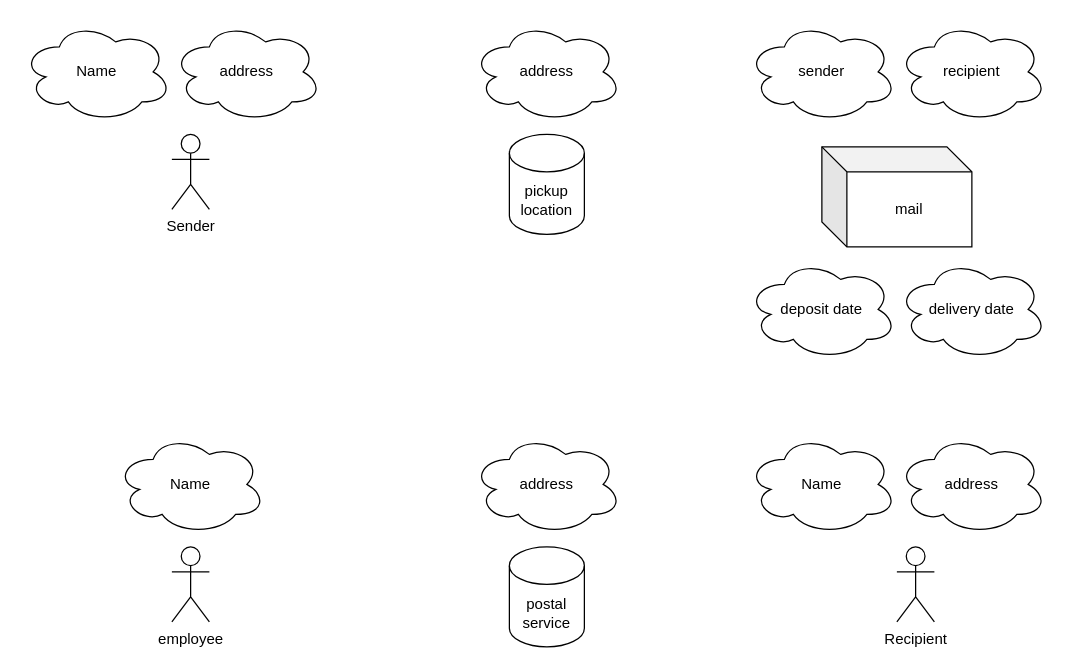
The draw.io diagram page "Cloud Diagram" (1 of 3) of postalService.drawio in Kabranlar/CFLMS-Jakob-CodeReview-09, before the edit. Source tidied: cells renumbered, new cells numbered last; positions are measured from the earlier drawing's top-left corner, leaving out a move shared by most shapes. Both pictures are drawn from the tidied source at 125%, with x=0, y=0 at pixel (21, 21).
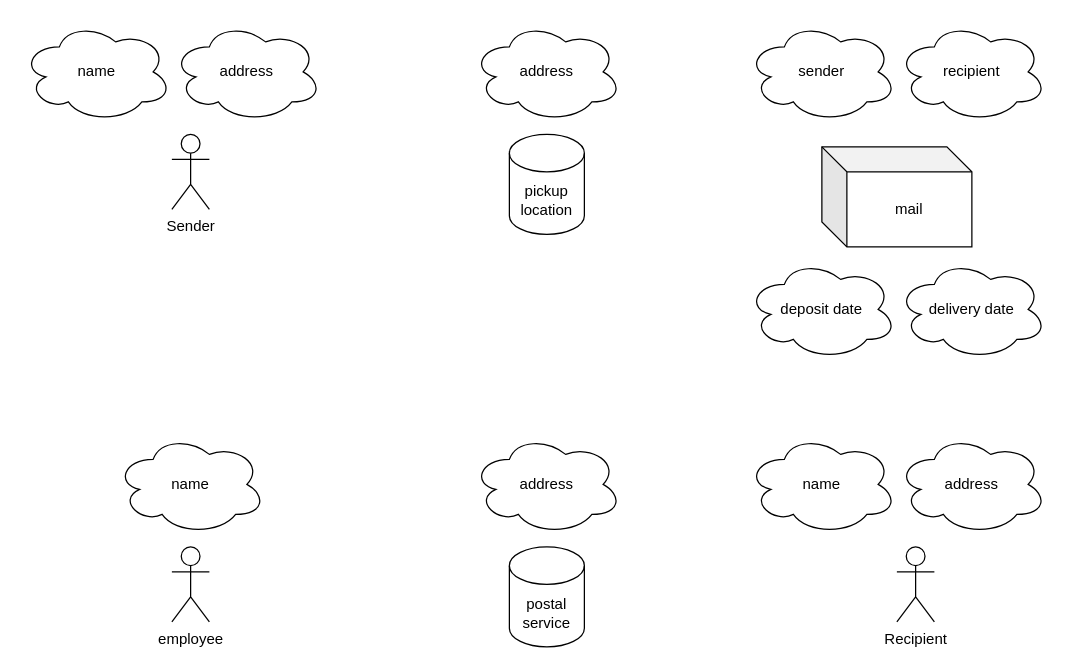
The same diagram, later.

What changed in the source:
```diff
@@
 <mxGraphModel>
   <root>
     <mxCell id="0" />
     <mxCell id="1" parent="0" />
     <mxCell id="2" value="deposit date" style="ellipse;shape=cloud;whiteSpace=wrap;html=1;" parent="1" vertex="1">
       <mxGeometry x="580" y="190" width="120" height="80" as="geometry" />
     </mxCell>
     <mxCell id="3" value="delivery date" style="ellipse;shape=cloud;whiteSpace=wrap;html=1;" parent="1" vertex="1">
       <mxGeometry x="700" y="190" width="120" height="80" as="geometry" />
     </mxCell>
     <mxCell id="4" value="Sender" style="shape=umlActor;verticalLabelPosition=bottom;verticalAlign=top;html=1;" parent="1" vertex="1">
       <mxGeometry x="120" y="90" width="30" height="60" as="geometry" />
     </mxCell>
-    <mxCell id="5" value="Name" style="ellipse;shape=cloud;whiteSpace=wrap;html=1;" parent="1" vertex="1">
+    <mxCell id="5" value="name" style="ellipse;shape=cloud;whiteSpace=wrap;html=1;" parent="1" vertex="1">
       <mxGeometry width="120" height="80" as="geometry" />
     </mxCell>
     <mxCell id="6" value="address" style="ellipse;shape=cloud;whiteSpace=wrap;html=1;" parent="1" vertex="1">
       <mxGeometry x="120" width="120" height="80" as="geometry" />
     </mxCell>
     <mxCell id="7" value="Recipient" style="shape=umlActor;verticalLabelPosition=bottom;verticalAlign=top;html=1;" parent="1" vertex="1">
       <mxGeometry x="700" y="420" width="30" height="60" as="geometry" />
     </mxCell>
-    <mxCell id="8" value="Name" style="ellipse;shape=cloud;whiteSpace=wrap;html=1;" parent="1" vertex="1">
+    <mxCell id="8" value="name" style="ellipse;shape=cloud;whiteSpace=wrap;html=1;" parent="1" vertex="1">
       <mxGeometry x="580" y="330" width="120" height="80" as="geometry" />
     </mxCell>
     <mxCell id="9" value="address" style="ellipse;shape=cloud;whiteSpace=wrap;html=1;" parent="1" vertex="1">
       <mxGeometry x="700" y="330" width="120" height="80" as="geometry" />
     </mxCell>
     <mxCell id="10" value="address" style="ellipse;shape=cloud;whiteSpace=wrap;html=1;" parent="1" vertex="1">
       <mxGeometry x="360" width="120" height="80" as="geometry" />
     </mxCell>
     <mxCell id="11" value="mail" style="shape=cube;whiteSpace=wrap;html=1;boundedLbl=1;backgroundOutline=1;darkOpacity=0.05;darkOpacity2=0.1;" parent="1" vertex="1">
       <mxGeometry x="640" y="100" width="120" height="80" as="geometry" />
     </mxCell>
     <mxCell id="12" value="pickup location" style="shape=cylinder3;whiteSpace=wrap;html=1;boundedLbl=1;backgroundOutline=1;size=15;" parent="1" vertex="1">
       <mxGeometry x="390" y="90" width="60" height="80" as="geometry" />
     </mxCell>
     <mxCell id="13" value="sender" style="ellipse;shape=cloud;whiteSpace=wrap;html=1;" parent="1" vertex="1">
       <mxGeometry x="580" width="120" height="80" as="geometry" />
     </mxCell>
     <mxCell id="14" value="recipient" style="ellipse;shape=cloud;whiteSpace=wrap;html=1;" parent="1" vertex="1">
       <mxGeometry x="700" width="120" height="80" as="geometry" />
     </mxCell>
     <mxCell id="15" value="employee" style="shape=umlActor;verticalLabelPosition=bottom;verticalAlign=top;html=1;" parent="1" vertex="1">
       <mxGeometry x="120" y="420" width="30" height="60" as="geometry" />
     </mxCell>
-    <mxCell id="16" value="Name" style="ellipse;shape=cloud;whiteSpace=wrap;html=1;" parent="1" vertex="1">
+    <mxCell id="16" value="name" style="ellipse;shape=cloud;whiteSpace=wrap;html=1;" parent="1" vertex="1">
       <mxGeometry x="75" y="330" width="120" height="80" as="geometry" />
     </mxCell>
     <mxCell id="17" value="address" style="ellipse;shape=cloud;whiteSpace=wrap;html=1;" parent="1" vertex="1">
       <mxGeometry x="360" y="330" width="120" height="80" as="geometry" />
     </mxCell>
     <mxCell id="18" value="postal service" style="shape=cylinder3;whiteSpace=wrap;html=1;boundedLbl=1;backgroundOutline=1;size=15;" parent="1" vertex="1">
       <mxGeometry x="390" y="420" width="60" height="80" as="geometry" />
     </mxCell>
   </root>
 </mxGraphModel>
```
